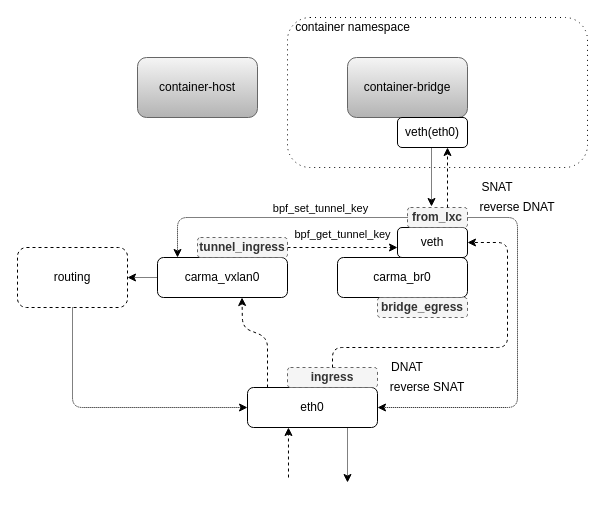
Earlier version of the draw.io diagram host-overlay-flow.drawio (AirbornWdd/doc). Source tidied: cells renumbered, new cells numbered last; positions are measured from the earlier drawing's top-left corner, leaving out a move shared by most shapes. Both pictures are drawn from the tidied source at 100%, with x=0, y=0 at pixel (17, 17).
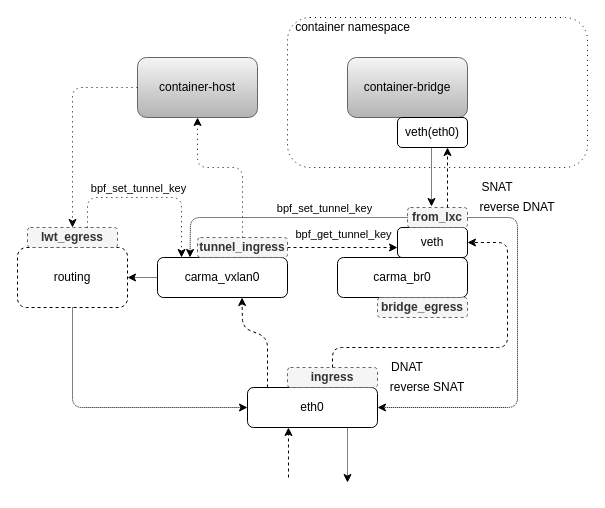
After the change.

Unchanged cells that the change refers to:
```xml
<mxCell id="3" value="container-host" style="rounded=1;whiteSpace=wrap;html=1;gradientColor=#b3b3b3;fillColor=#f5f5f5;strokeColor=#666666;" parent="1" vertex="1">
  <mxGeometry x="120" y="40" width="120" height="60" as="geometry" />
</mxCell>
<mxCell id="8" value="&lt;b&gt;from_lxc&lt;/b&gt;" style="rounded=1;whiteSpace=wrap;html=1;fillColor=#f5f5f5;strokeColor=#666666;fontColor=#333333;dashed=1;" parent="1" vertex="1">
  <mxGeometry x="390" y="190" width="60" height="20" as="geometry" />
</mxCell>
<mxCell id="17" value="carma_vxlan0" style="rounded=1;whiteSpace=wrap;html=1;" parent="1" vertex="1">
  <mxGeometry x="140" y="240" width="130" height="40" as="geometry" />
</mxCell>
<mxCell id="18" value="&lt;b&gt;tunnel_ingress&lt;/b&gt;" style="rounded=1;whiteSpace=wrap;html=1;fillColor=#f5f5f5;strokeColor=#666666;fontColor=#333333;dashed=1;" parent="1" vertex="1">
  <mxGeometry x="180" y="220" width="90" height="20" as="geometry" />
</mxCell>
```

What changed in the source:
```diff
@@
-    <mxCell id="22" style="endArrow=classic;html=1;entryX=0.154;entryY=0;entryDx=0;entryDy=0;dashed=1;dashPattern=1 1;exitX=0;exitY=0.5;exitDx=0;exitDy=0;entryPerimeter=0;" parent="1" edge="1" source="8" target="17">
+    <mxCell id="22" style="endArrow=classic;html=1;entryX=0.25;entryY=0;entryDx=0;entryDy=0;dashed=1;dashPattern=1 1;exitX=0;exitY=0.5;exitDx=0;exitDy=0;" parent="1" edge="1" source="8" target="17">
       <mxGeometry relative="1" as="geometry">
         <Array as="points">
           <mxPoint x="310" y="200" />
-          <mxPoint x="160" y="200" />
+          <mxPoint x="173" y="200" />
         </Array>
       </mxGeometry>
     </mxCell>
@@
     <mxCell id="24" value="bpf_get_tunnel_key" style="edgeLabel;html=1;align=center;verticalAlign=middle;" parent="22" vertex="1">
       <mxGeometry x="-0.38" relative="1" as="geometry">
-        <mxPoint x="18" y="16" as="offset" />
+        <mxPoint x="15" y="16" as="offset" />
       </mxGeometry>
     </mxCell>
+    <mxCell id="33" value="bpf_set_tunnel_key" style="edgeLabel;html=1;align=center;verticalAlign=middle;" parent="22" vertex="1">
+      <mxGeometry x="-0.38" relative="1" as="geometry">
+        <mxPoint x="-190" y="-30" as="offset" />
+      </mxGeometry>
+    </mxCell>
@@
+    <mxCell id="34" value="&lt;b&gt;lwt_egress&lt;/b&gt;" style="rounded=1;whiteSpace=wrap;html=1;fillColor=#f5f5f5;strokeColor=#666666;fontColor=#333333;dashed=1;" parent="1" vertex="1">
+      <mxGeometry x="10" y="210" width="90" height="20" as="geometry" />
+    </mxCell>
+    <mxCell id="35" style="endArrow=classic;html=1;entryX=0.5;entryY=0;entryDx=0;entryDy=0;dashed=1;dashPattern=1 4;exitX=0;exitY=0.5;exitDx=0;exitDy=0;" parent="1" edge="1" source="3" target="34">
+      <mxGeometry relative="1" as="geometry">
+        <Array as="points">
+          <mxPoint x="55" y="70" />
+        </Array>
+      </mxGeometry>
+    </mxCell>
+    <mxCell id="36" style="endArrow=classic;html=1;entryX=0.185;entryY=0;entryDx=0;entryDy=0;dashed=1;dashPattern=1 4;exitX=0.667;exitY=0;exitDx=0;exitDy=0;entryPerimeter=0;exitPerimeter=0;" parent="1" edge="1" source="34" target="17">
+      <mxGeometry relative="1" as="geometry">
+        <Array as="points">
+          <mxPoint x="70" y="180" />
+          <mxPoint x="164" y="180" />
+        </Array>
+      </mxGeometry>
+    </mxCell>
+    <mxCell id="37" style="endArrow=classic;html=1;entryX=0.5;entryY=1;entryDx=0;entryDy=0;dashed=1;dashPattern=1 4;exitX=0.5;exitY=0;exitDx=0;exitDy=0;" parent="1" edge="1" source="18" target="3">
+      <mxGeometry relative="1" as="geometry">
+        <Array as="points">
+          <mxPoint x="225" y="150" />
+          <mxPoint x="180" y="150" />
+        </Array>
+      </mxGeometry>
+    </mxCell>
```
